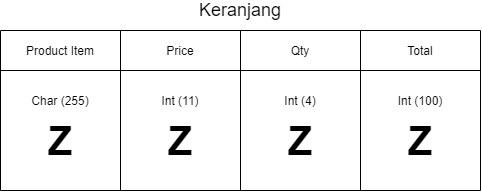
Before: SKRIPSI ADITYA HIDAYATULLAH/ARSIP/FRAME/Output/DESAIN DIAGRAM ADTYA HIDAYATULLAH-FRAME-Keranjang (Output).png, a diagram exported from draw.io (Khairul122/JK-WebEcommerce-ED). Source tidied: cells renumbered, new cells last; positions are measured from the earlier drawing's top-left corner, leaving out a move shared by most shapes.
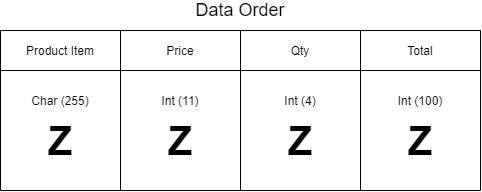
The same file after the commit.

The edit, as a diff of the source:
```diff
@@ -86,7 +86,7 @@
         <mxPoint x="480" y="190" as="targetPoint" />
       </mxGeometry>
     </mxCell>
-    <mxCell id="22" value="&lt;font style=&quot;font-size: 18px&quot;&gt;Keranjang&lt;/font&gt;" style="text;html=1;strokeColor=none;fillColor=none;align=center;verticalAlign=middle;whiteSpace=wrap;rounded=0;" parent="1" vertex="1">
+    <mxCell id="22" value="&lt;span style=&quot;font-size: 18px&quot;&gt;Data Order&lt;/span&gt;" style="text;html=1;strokeColor=none;fillColor=none;align=center;verticalAlign=middle;whiteSpace=wrap;rounded=0;" parent="1" vertex="1">
       <mxGeometry width="480" height="20" as="geometry" />
     </mxCell>
   </root>
```
